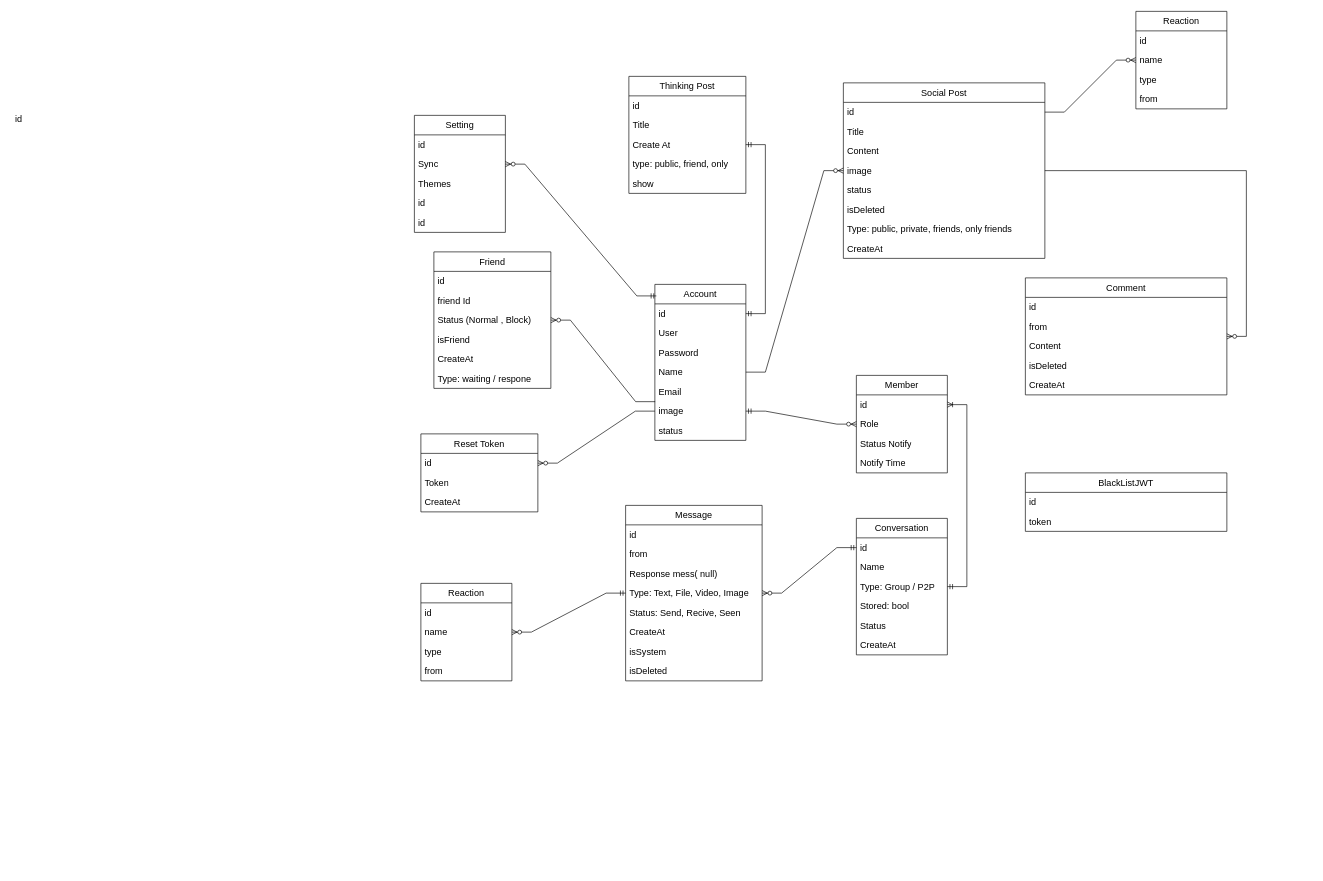
The draw.io diagram page "Database" (1 of 2) of Description/Design.drawio in KTPx4/SpringBoot_ChatWeb, before the edit. Source tidied: cells renumbered, new cells numbered last; positions are measured from the earlier drawing's top-left corner, leaving out a move shared by most shapes. Both pictures are drawn from the tidied source at 65%, with x=0, y=0 at pixel (11, 11).
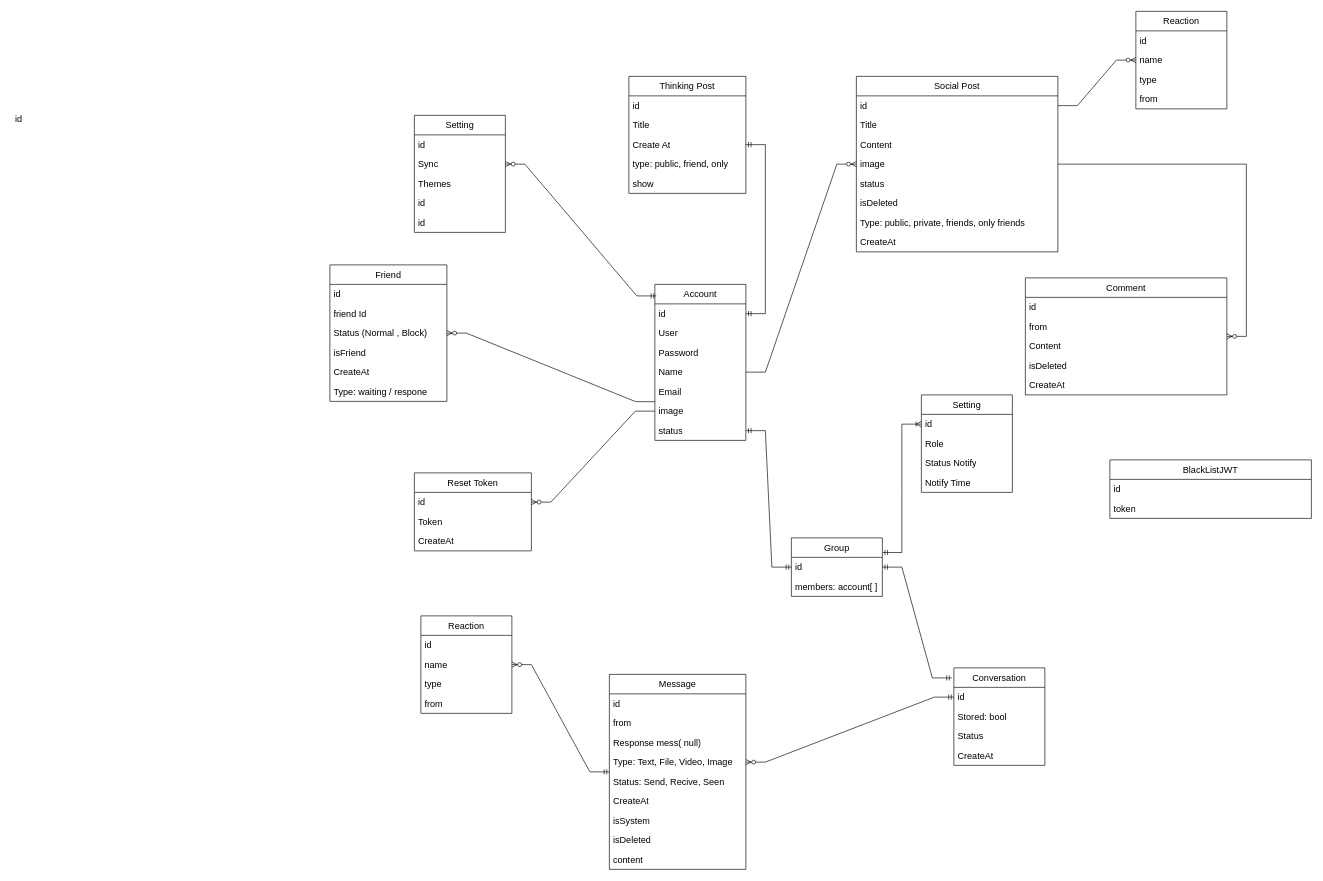
The same diagram, later.

Unchanged cells that the change refers to:
```xml
<mxCell id="8" value="image" style="text;strokeColor=none;fillColor=none;align=left;verticalAlign=middle;spacingLeft=4;spacingRight=4;overflow=hidden;points=[[0,0.5],[1,0.5]];portConstraint=eastwest;whiteSpace=wrap;html=1;fontSize=14;" parent="2" vertex="1">
  <mxGeometry y="180" width="140" height="30" as="geometry" />
</mxCell>
<mxCell id="9" value="status" style="text;strokeColor=none;fillColor=none;align=left;verticalAlign=middle;spacingLeft=4;spacingRight=4;overflow=hidden;points=[[0,0.5],[1,0.5]];portConstraint=eastwest;whiteSpace=wrap;html=1;fontSize=14;" parent="2" vertex="1">
  <mxGeometry y="210" width="140" height="30" as="geometry" />
</mxCell>
<mxCell id="18" value="id" style="text;strokeColor=none;fillColor=none;align=left;verticalAlign=middle;spacingLeft=4;spacingRight=4;overflow=hidden;points=[[0,0.5],[1,0.5]];portConstraint=eastwest;whiteSpace=wrap;html=1;fontSize=14;" parent="17" vertex="1">
  <mxGeometry y="30" width="140" height="30" as="geometry" />
</mxCell>
<mxCell id="19" value="Role" style="text;strokeColor=none;fillColor=none;align=left;verticalAlign=middle;spacingLeft=4;spacingRight=4;overflow=hidden;points=[[0,0.5],[1,0.5]];portConstraint=eastwest;whiteSpace=wrap;html=1;fontSize=14;" parent="17" vertex="1">
  <mxGeometry y="60" width="140" height="30" as="geometry" />
</mxCell>
```

Diff of the diagram source:
```diff
@@
     <mxCell id="10" value="Conversation" style="swimlane;fontStyle=0;horizontal=1;startSize=30;whiteSpace=wrap;html=1;fontSize=14;" parent="1" vertex="1">
-      <mxGeometry x="1300" y="780" width="140" height="210" as="geometry" />
+      <mxGeometry x="1450" y="1010" width="140" height="150" as="geometry" />
     </mxCell>
@@
-    <mxCell id="12" value="Name" style="text;strokeColor=none;fillColor=none;align=left;verticalAlign=middle;spacingLeft=4;spacingRight=4;overflow=hidden;whiteSpace=wrap;html=1;fontSize=14;" parent="10" vertex="1">
-      <mxGeometry y="60" width="140" height="30" as="geometry" />
-    </mxCell>
-    <mxCell id="13" value="Type: Group / P2P" style="text;strokeColor=none;fillColor=none;align=left;verticalAlign=middle;spacingLeft=4;spacingRight=4;overflow=hidden;whiteSpace=wrap;html=1;fontSize=14;" parent="10" vertex="1">
-      <mxGeometry y="90" width="140" height="30" as="geometry" />
-    </mxCell>
     <mxCell id="14" value="Stored: bool" style="text;strokeColor=none;fillColor=none;align=left;verticalAlign=middle;spacingLeft=4;spacingRight=4;overflow=hidden;whiteSpace=wrap;html=1;fontSize=14;" parent="10" vertex="1">
-      <mxGeometry y="120" width="140" height="30" as="geometry" />
+      <mxGeometry y="60" width="140" height="30" as="geometry" />
     </mxCell>
     <mxCell id="15" value="Status" style="text;strokeColor=none;fillColor=none;align=left;verticalAlign=middle;spacingLeft=4;spacingRight=4;overflow=hidden;whiteSpace=wrap;html=1;fontSize=14;" parent="10" vertex="1">
-      <mxGeometry y="150" width="140" height="30" as="geometry" />
+      <mxGeometry y="90" width="140" height="30" as="geometry" />
     </mxCell>
     <mxCell id="16" value="CreateAt" style="text;strokeColor=none;fillColor=none;align=left;verticalAlign=middle;spacingLeft=4;spacingRight=4;overflow=hidden;whiteSpace=wrap;html=1;fontSize=14;" parent="10" vertex="1">
-      <mxGeometry y="180" width="140" height="30" as="geometry" />
+      <mxGeometry y="120" width="140" height="30" as="geometry" />
     </mxCell>
-    <mxCell id="17" value="Member" style="swimlane;fontStyle=0;horizontal=1;startSize=30;whiteSpace=wrap;html=1;fontSize=14;" parent="1" vertex="1">
-      <mxGeometry x="1300" y="560" width="140" height="150" as="geometry" />
+    <mxCell id="17" value="Setting" style="swimlane;fontStyle=0;horizontal=1;startSize=30;whiteSpace=wrap;html=1;fontSize=14;" parent="1" vertex="1">
+      <mxGeometry x="1400" y="590" width="140" height="150" as="geometry" />
     </mxCell>
@@
     <mxCell id="22" value="Message" style="swimlane;fontStyle=0;horizontal=1;startSize=30;whiteSpace=wrap;html=1;fontSize=14;" parent="1" vertex="1">
-      <mxGeometry x="945" y="760" width="210" height="270" as="geometry" />
+      <mxGeometry x="920" y="1020" width="210" height="300" as="geometry" />
     </mxCell>
@@
+    <mxCell id="94" value="content" style="text;strokeColor=none;fillColor=none;align=left;verticalAlign=middle;spacingLeft=4;spacingRight=4;overflow=hidden;whiteSpace=wrap;html=1;fontSize=14;" parent="22" vertex="1">
+      <mxGeometry y="270" width="210" height="30" as="geometry" />
+    </mxCell>
     <mxCell id="31" value="Reaction" style="swimlane;fontStyle=0;horizontal=1;startSize=30;whiteSpace=wrap;html=1;fontSize=14;" parent="1" vertex="1">
-      <mxGeometry x="630" y="880" width="140" height="150" as="geometry" />
+      <mxGeometry x="630" y="930" width="140" height="150" as="geometry" />
     </mxCell>
@@
     <mxCell id="43" value="Friend" style="swimlane;fontStyle=0;horizontal=1;startSize=30;whiteSpace=wrap;html=1;fontSize=14;" parent="1" vertex="1">
-      <mxGeometry x="650" y="370" width="180" height="210" as="geometry" />
+      <mxGeometry x="490" y="390" width="180" height="210" as="geometry" />
     </mxCell>
@@
-    <mxCell id="58" style="edgeStyle=entityRelationEdgeStyle;fontSize=12;html=1;endArrow=ERzeroToMany;startArrow=ERmandOne;rounded=0;entryX=0;entryY=0.5;entryDx=0;entryDy=0;" parent="1" edge="1" source="8" target="19">
-      <mxGeometry relative="1" as="geometry" />
-    </mxCell>
-    <mxCell id="59" style="edgeStyle=entityRelationEdgeStyle;fontSize=12;html=1;endArrow=ERoneToMany;startArrow=ERmandOne;rounded=0;entryX=1;entryY=0.5;entryDx=0;entryDy=0;" parent="1" edge="1" source="10" target="18">
+    <mxCell id="59" style="edgeStyle=entityRelationEdgeStyle;fontSize=12;html=1;endArrow=ERoneToMany;startArrow=ERmandOne;rounded=0;entryX=0;entryY=0.5;entryDx=0;entryDy=0;exitX=1;exitY=0.25;exitDx=0;exitDy=0;" parent="1" edge="1" source="95" target="18">
       <mxGeometry relative="1" as="geometry" />
     </mxCell>
@@
     <mxCell id="63" value="Social Post" style="swimlane;fontStyle=0;horizontal=1;startSize=30;whiteSpace=wrap;html=1;fontSize=14;" parent="1" vertex="1">
-      <mxGeometry x="1280" y="110" width="310" height="270" as="geometry" />
+      <mxGeometry x="1300" y="100" width="310" height="270" as="geometry" />
     </mxCell>
@@
     <mxCell id="86" value="BlackListJWT" style="swimlane;fontStyle=0;horizontal=1;startSize=30;whiteSpace=wrap;html=1;fontSize=14;" parent="1" vertex="1">
-      <mxGeometry x="1560" y="710" width="310" height="90" as="geometry" />
+      <mxGeometry x="1690" y="690" width="310" height="90" as="geometry" />
     </mxCell>
@@
     <mxCell id="89" value="Reset Token" style="swimlane;fontStyle=0;horizontal=1;startSize=30;whiteSpace=wrap;html=1;fontSize=14;" parent="1" vertex="1">
-      <mxGeometry x="630" y="650" width="180" height="120" as="geometry" />
+      <mxGeometry x="620" y="710" width="180" height="120" as="geometry" />
     </mxCell>
@@
+    <mxCell id="95" value="Group" style="swimlane;fontStyle=0;horizontal=1;startSize=30;whiteSpace=wrap;html=1;fontSize=14;" parent="1" vertex="1">
+      <mxGeometry x="1200" y="810" width="140" height="90" as="geometry" />
+    </mxCell>
+    <mxCell id="96" value="id" style="text;strokeColor=none;fillColor=none;align=left;verticalAlign=middle;spacingLeft=4;spacingRight=4;overflow=hidden;points=[[0,0.5],[1,0.5]];portConstraint=eastwest;whiteSpace=wrap;html=1;fontSize=14;" parent="95" vertex="1">
+      <mxGeometry y="30" width="140" height="30" as="geometry" />
+    </mxCell>
+    <mxCell id="97" value="members: account[ ]" style="text;strokeColor=none;fillColor=none;align=left;verticalAlign=middle;spacingLeft=4;spacingRight=4;overflow=hidden;whiteSpace=wrap;html=1;fontSize=14;" parent="95" vertex="1">
+      <mxGeometry y="60" width="140" height="30" as="geometry" />
+    </mxCell>
+    <mxCell id="98" style="edgeStyle=entityRelationEdgeStyle;fontSize=12;html=1;endArrow=ERmandOne;startArrow=ERmandOne;rounded=0;exitX=1;exitY=0.5;exitDx=0;exitDy=0;entryX=-0.022;entryY=0.103;entryDx=0;entryDy=0;entryPerimeter=0;" parent="1" edge="1" source="96" target="10">
+      <mxGeometry relative="1" as="geometry" />
+    </mxCell>
+    <mxCell id="99" style="edgeStyle=entityRelationEdgeStyle;fontSize=12;html=1;endArrow=ERmandOne;startArrow=ERmandOne;rounded=0;entryX=0;entryY=0.5;entryDx=0;entryDy=0;" parent="1" edge="1" source="9" target="96">
+      <mxGeometry relative="1" as="geometry" />
+    </mxCell>
```
